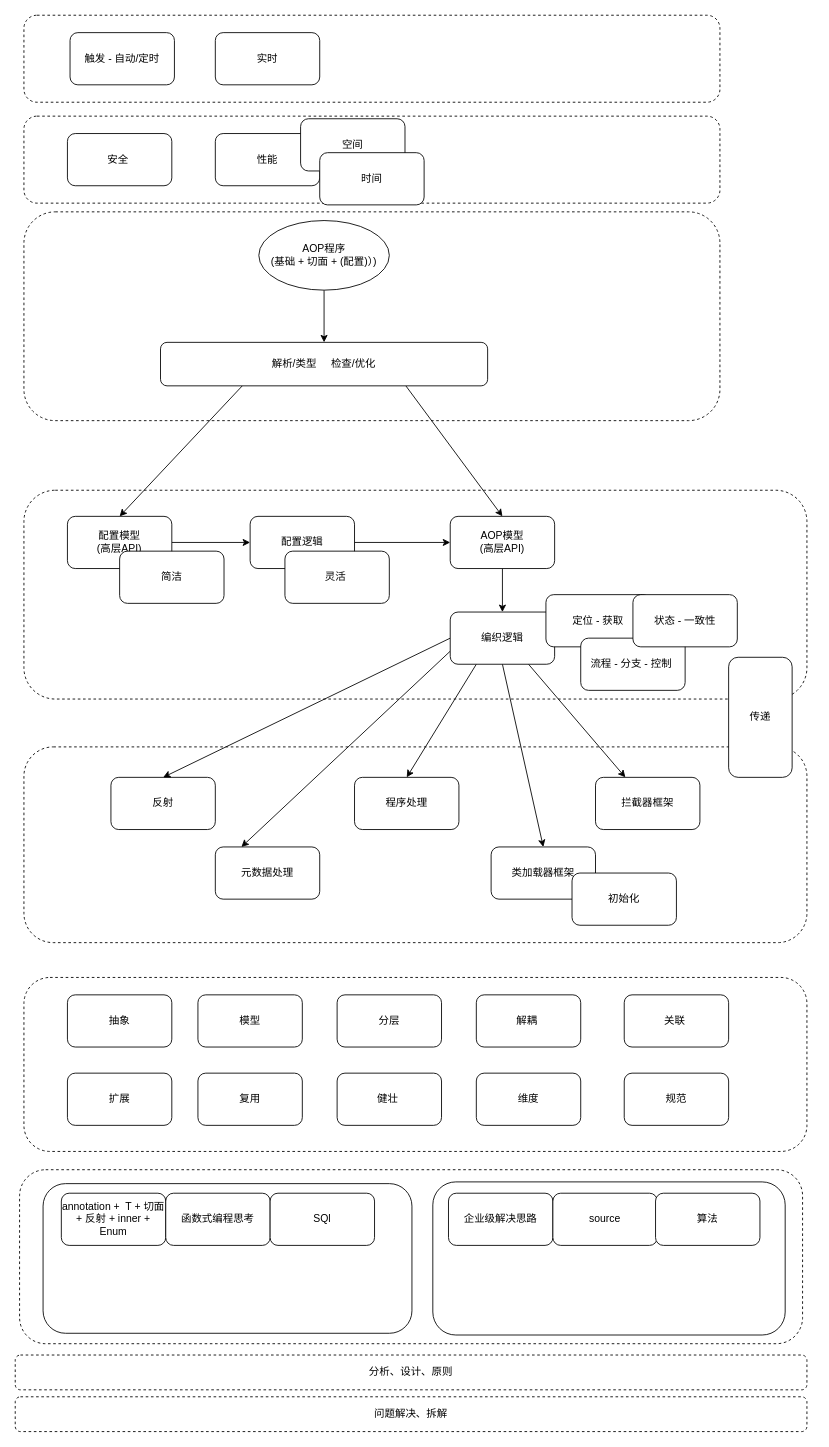
This is menus/zujianmoxing.drawio from Asamiyaa/microservice-k8s-yun, a draw.io file, before an edit. Source tidied: cells renumbered, new cells numbered last; positions are measured from the earlier drawing's top-left corner, leaving out a move shared by most shapes. Both pictures are drawn from the tidied source at 87%, with x=0, y=0 at pixel (15, 15).
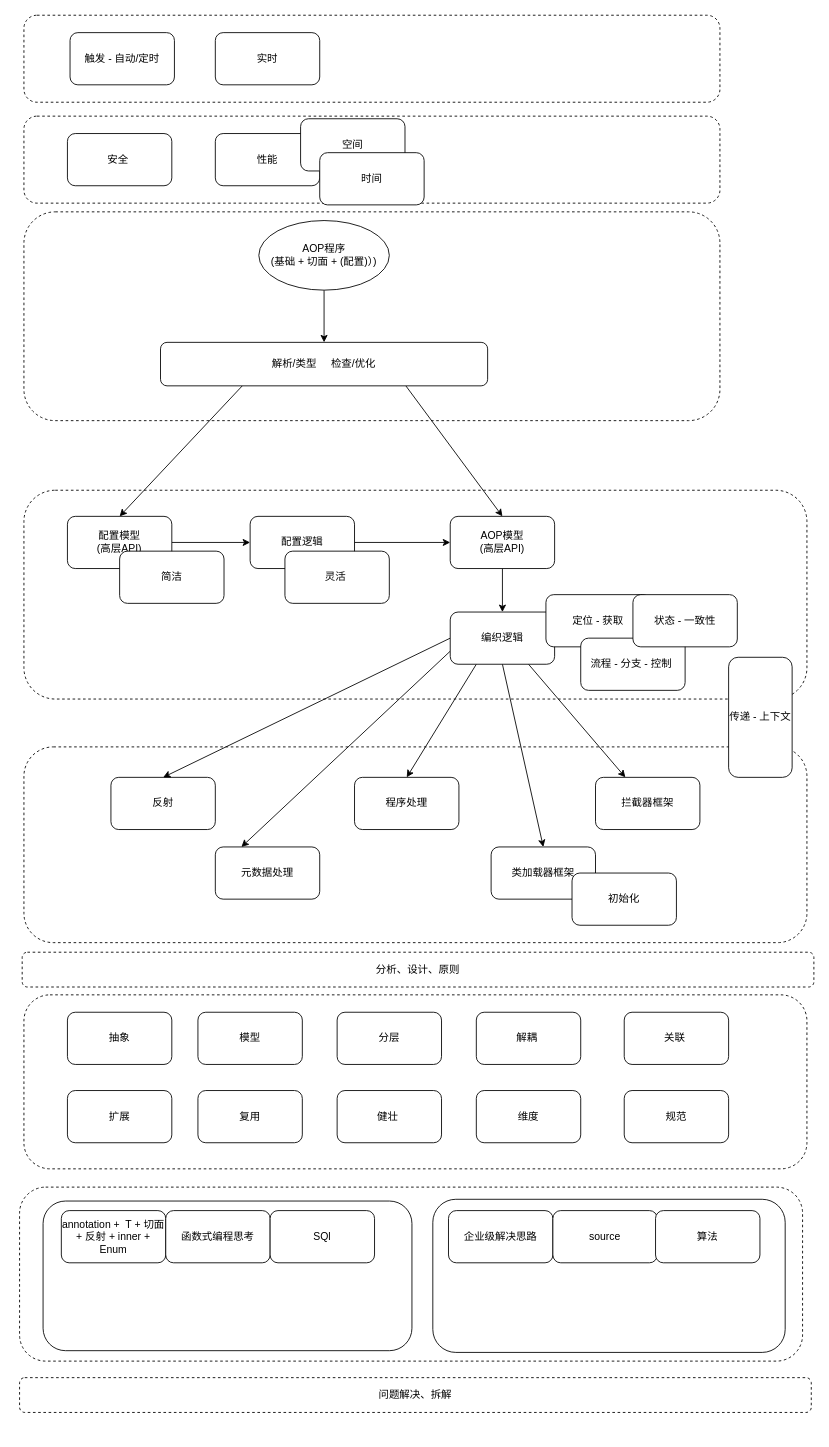
The same page after the edit.

The edit, as a diff of the source:
```diff
@@
     <mxCell id="27" value="问题解决、拆解" style="rounded=1;whiteSpace=wrap;html=1;dashed=1;" parent="1" vertex="1">
-      <mxGeometry y="1588" width="910" height="40" as="geometry" />
+      <mxGeometry x="5" y="1566" width="910" height="40" as="geometry" />
     </mxCell>
     <mxCell id="28" style="rounded=1;whiteSpace=wrap;html=1;dashed=1;" parent="1" vertex="1">
-      <mxGeometry x="10" y="1106" width="900" height="200" as="geometry" />
+      <mxGeometry x="10" y="1126" width="900" height="200" as="geometry" />
     </mxCell>
     <mxCell id="29" value="抽象" style="rounded=1;whiteSpace=wrap;html=1;" parent="1" vertex="1">
-      <mxGeometry x="60" y="1126" width="120" height="60" as="geometry" />
+      <mxGeometry x="60" y="1146" width="120" height="60" as="geometry" />
     </mxCell>
     <mxCell id="30" value="模型" style="rounded=1;whiteSpace=wrap;html=1;" parent="1" vertex="1">
-      <mxGeometry x="210" y="1126" width="120" height="60" as="geometry" />
+      <mxGeometry x="210" y="1146" width="120" height="60" as="geometry" />
     </mxCell>
@@
     <mxCell id="32" value="分层" style="rounded=1;whiteSpace=wrap;html=1;" parent="1" vertex="1">
-      <mxGeometry x="370" y="1126" width="120" height="60" as="geometry" />
+      <mxGeometry x="370" y="1146" width="120" height="60" as="geometry" />
     </mxCell>
@@
     <mxCell id="36" value="解耦&amp;nbsp;" style="rounded=1;whiteSpace=wrap;html=1;" parent="1" vertex="1">
-      <mxGeometry x="530" y="1126" width="120" height="60" as="geometry" />
+      <mxGeometry x="530" y="1146" width="120" height="60" as="geometry" />
     </mxCell>
@@
     <mxCell id="39" value="关联&amp;nbsp;" style="rounded=1;whiteSpace=wrap;html=1;" parent="1" vertex="1">
-      <mxGeometry x="700" y="1126" width="120" height="60" as="geometry" />
+      <mxGeometry x="700" y="1146" width="120" height="60" as="geometry" />
     </mxCell>
@@
     <mxCell id="44" value="扩展" style="rounded=1;whiteSpace=wrap;html=1;" parent="1" vertex="1">
-      <mxGeometry x="60" y="1216" width="120" height="60" as="geometry" />
+      <mxGeometry x="60" y="1236" width="120" height="60" as="geometry" />
     </mxCell>
     <mxCell id="45" value="复用" style="rounded=1;whiteSpace=wrap;html=1;" parent="1" vertex="1">
-      <mxGeometry x="210" y="1216" width="120" height="60" as="geometry" />
+      <mxGeometry x="210" y="1236" width="120" height="60" as="geometry" />
     </mxCell>
     <mxCell id="46" value="健壮&amp;nbsp;" style="rounded=1;whiteSpace=wrap;html=1;" parent="1" vertex="1">
-      <mxGeometry x="370" y="1216" width="120" height="60" as="geometry" />
+      <mxGeometry x="370" y="1236" width="120" height="60" as="geometry" />
     </mxCell>
     <mxCell id="47" value="维度" style="rounded=1;whiteSpace=wrap;html=1;" parent="1" vertex="1">
-      <mxGeometry x="530" y="1216" width="120" height="60" as="geometry" />
+      <mxGeometry x="530" y="1236" width="120" height="60" as="geometry" />
     </mxCell>
@@
     <mxCell id="50" value="规范" style="rounded=1;whiteSpace=wrap;html=1;" parent="1" vertex="1">
-      <mxGeometry x="700" y="1216" width="120" height="60" as="geometry" />
+      <mxGeometry x="700" y="1236" width="120" height="60" as="geometry" />
     </mxCell>
@@
-    <mxCell id="53" value="传递" style="rounded=1;whiteSpace=wrap;html=1;" parent="1" vertex="1">
+    <mxCell id="53" value="传递 - 上下文" style="rounded=1;whiteSpace=wrap;html=1;" parent="1" vertex="1">
       <mxGeometry x="820" y="738" width="73" height="138" as="geometry" />
     </mxCell>
     <mxCell id="54" style="rounded=1;whiteSpace=wrap;html=1;dashed=1;" parent="1" vertex="1">
-      <mxGeometry x="5" y="1327" width="900" height="200" as="geometry" />
+      <mxGeometry x="5" y="1347" width="900" height="200" as="geometry" />
     </mxCell>
     <mxCell id="55" style="rounded=1;whiteSpace=wrap;html=1;" parent="1" vertex="1">
-      <mxGeometry x="32" y="1343" width="424" height="172" as="geometry" />
+      <mxGeometry x="32" y="1363" width="424" height="172" as="geometry" />
     </mxCell>
     <mxCell id="56" style="rounded=1;whiteSpace=wrap;html=1;" parent="1" vertex="1">
-      <mxGeometry x="480" y="1341" width="405" height="176" as="geometry" />
+      <mxGeometry x="480" y="1361" width="405" height="176" as="geometry" />
     </mxCell>
     <mxCell id="57" value="分析、设计、原则" style="rounded=1;whiteSpace=wrap;html=1;dashed=1;" parent="1" vertex="1">
-      <mxGeometry y="1540" width="910" height="40" as="geometry" />
+      <mxGeometry x="8" y="1077" width="910" height="40" as="geometry" />
     </mxCell>
     <mxCell id="58" value="annotation +&amp;nbsp; T + 切面 + 反射 + inner + Enum" style="rounded=1;whiteSpace=wrap;html=1;" parent="1" vertex="1">
-      <mxGeometry x="53" y="1354" width="120" height="60" as="geometry" />
+      <mxGeometry x="53" y="1374" width="120" height="60" as="geometry" />
     </mxCell>
     <mxCell id="59" value="函数式编程思考" style="rounded=1;whiteSpace=wrap;html=1;" parent="1" vertex="1">
-      <mxGeometry x="173" y="1354" width="120" height="60" as="geometry" />
+      <mxGeometry x="173" y="1374" width="120" height="60" as="geometry" />
     </mxCell>
     <mxCell id="60" value="SQl" style="rounded=1;whiteSpace=wrap;html=1;" parent="1" vertex="1">
-      <mxGeometry x="293" y="1354" width="120" height="60" as="geometry" />
+      <mxGeometry x="293" y="1374" width="120" height="60" as="geometry" />
     </mxCell>
     <mxCell id="61" value="企业级解决思路" style="rounded=1;whiteSpace=wrap;html=1;" parent="1" vertex="1">
-      <mxGeometry x="498" y="1354" width="120" height="60" as="geometry" />
+      <mxGeometry x="498" y="1374" width="120" height="60" as="geometry" />
     </mxCell>
     <mxCell id="62" value="source" style="rounded=1;whiteSpace=wrap;html=1;" parent="1" vertex="1">
-      <mxGeometry x="618" y="1354" width="120" height="60" as="geometry" />
+      <mxGeometry x="618" y="1374" width="120" height="60" as="geometry" />
     </mxCell>
     <mxCell id="63" value="算法" style="rounded=1;whiteSpace=wrap;html=1;" parent="1" vertex="1">
-      <mxGeometry x="736" y="1354" width="120" height="60" as="geometry" />
+      <mxGeometry x="736" y="1374" width="120" height="60" as="geometry" />
     </mxCell>
```
